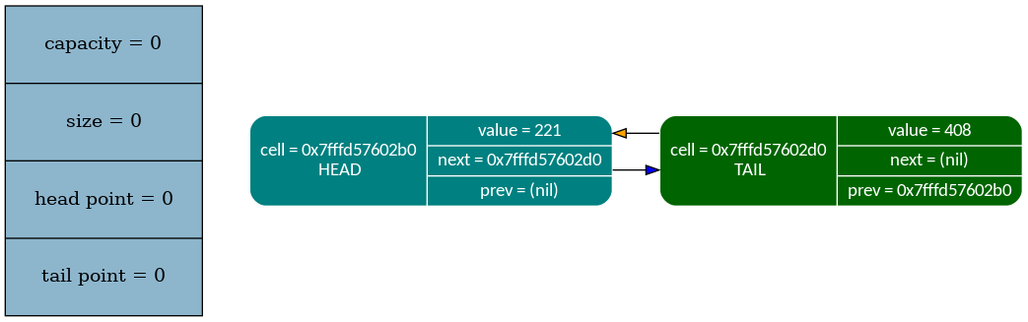
The Graphviz diagram dump_info/list_dump.png in MaxGroshev/pointer_list, before a commit. Its source is kept beside it as dump_info/list_dump.dot.
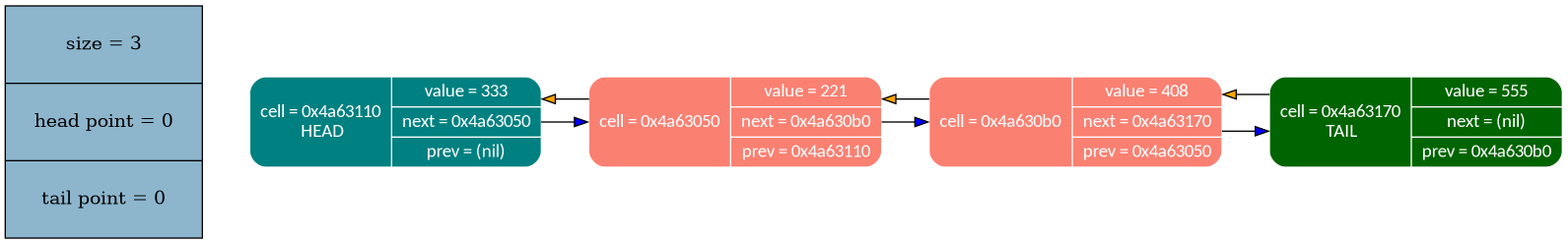
The same diagram one commit later.

Commit message:
improved list

The edit, as a diff of the source:
```diff
@@ -3,13 +3,21 @@
 rankdir = "LR"
 splines = "ortho"
 
-node_stat [margin = "0.3*0.3", style = "filled", shape = "record", fillcolor = "#8DB6CD" label = "capacity = 0 | size = 0 | head point = 0 | tail point = 0"]
+node_stat [margin = "0.3*0.3", style = "filled", shape = "record", fillcolor = "#8DB6CD" label = "size = 3 | head point = 0 | tail point = 0"]
 {rank = source; node_stat}
 
-node0x7ffff601b2b0 [shape = "Mrecord", fillcolor = "#008080", style = "filled", fontcolor = "white", fontname = "Calibri", color = "white", label = "{cell = 0x7ffff601b2b0\n HEAD| {value = 221 |next = 0x7ffff601b2d0 |prev = (nil)}}"]
-node0x7ffff601b2b0 -> node0x7ffff601b2d0 [color = "black", style = "invis", constraint = false, fillcolor = "",   fontcolor = "", fontname = "Calibri", label = ""];
-node0x7ffff601b2b0 -> node0x7ffff601b2d0 [color = "black", style = "", constraint = true, fillcolor = "blue",   fontcolor = "", fontname = "Calibri", label = ""];
-node0x7ffff601b2d0 [shape = "Mrecord", fillcolor = "#006400", style = "filled", fontcolor = "white", fontname = "Calibri", color = "white", label = "{cell = 0x7ffff601b2d0\n TAIL| {value = 408 |next = (nil) |prev = 0x7ffff601b2b0}}"]
-node0x7ffff601b2d0 -> node0x7ffff601b2b0 [color = "black", style = "invis", constraint = false, fillcolor = "",   fontcolor = "", fontname = "Calibri", label = ""];
-node0x7ffff601b2d0 -> node0x7ffff601b2b0 [color = "black", style = "", constraint = true, fillcolor = "orange",   fontcolor = "", fontname = "Calibri", label = ""];
+node0x556726ef02f0 [shape = "Mrecord", fillcolor = "#008080", style = "filled", fontcolor = "white", fontname = "Calibri", color = "white", label = "{cell = 0x556726ef02f0\n HEAD| {value = 333 |next = 0x556726ef02b0 |prev = (nil)}}"]
+node0x556726ef02f0 -> node0x556726ef02b0 [color = "black", style = "invis", constraint = false, fillcolor = "",   fontcolor = "", fontname = "Calibri", label = ""];
+node0x556726ef02f0 -> node0x556726ef02b0 [color = "black", style = "", constraint = true, fillcolor = "blue",   fontcolor = "", fontname = "Calibri", label = ""];
+node0x556726ef02b0 [shape = "Mrecord", fillcolor = "#FA8072", style = "filled", fontcolor = "white", fontname = "Calibri", color = "white", label = "{cell = 0x556726ef02b0\n | {value = 221 |next = 0x556726ef02d0 |prev = 0x556726ef02f0}}"]
+node0x556726ef02b0 -> node0x556726ef02d0 [color = "black", style = "invis", constraint = true, fillcolor = "",   fontcolor = "", fontname = "Calibri", label = ""];
+node0x556726ef02b0 -> node0x556726ef02d0 [color = "black", style = "", constraint = true, fillcolor = "blue",   fontcolor = "", fontname = "Calibri", label = ""];
+node0x556726ef02b0 -> node0x556726ef02f0 [color = "black", style = "", constraint = true, fillcolor = "orange",   fontcolor = "", fontname = "Calibri", label = ""];
+node0x556726ef02d0 [shape = "Mrecord", fillcolor = "#FA8072", style = "filled", fontcolor = "white", fontname = "Calibri", color = "white", label = "{cell = 0x556726ef02d0\n | {value = 408 |next = 0x556726ef0310 |prev = 0x556726ef02b0}}"]
+node0x556726ef02d0 -> node0x556726ef0310 [color = "black", style = "invis", constraint = true, fillcolor = "",   fontcolor = "", fontname = "Calibri", label = ""];
+node0x556726ef02d0 -> node0x556726ef0310 [color = "black", style = "", constraint = true, fillcolor = "blue",   fontcolor = "", fontname = "Calibri", label = ""];
+node0x556726ef02d0 -> node0x556726ef02b0 [color = "black", style = "", constraint = true, fillcolor = "orange",   fontcolor = "", fontname = "Calibri", label = ""];
+node0x556726ef0310 [shape = "Mrecord", fillcolor = "#006400", style = "filled", fontcolor = "white", fontname = "Calibri", color = "white", label = "{cell = 0x556726ef0310\n TAIL| {value = 555 |next = (nil) |prev = 0x556726ef02d0}}"]
+node0x556726ef0310 -> node0x556726ef02d0 [color = "black", style = "invis", constraint = false, fillcolor = "",   fontcolor = "", fontname = "Calibri", label = ""];
+node0x556726ef0310 -> node0x556726ef02d0 [color = "black", style = "", constraint = true, fillcolor = "orange",   fontcolor = "", fontname = "Calibri", label = ""];
 }
```
